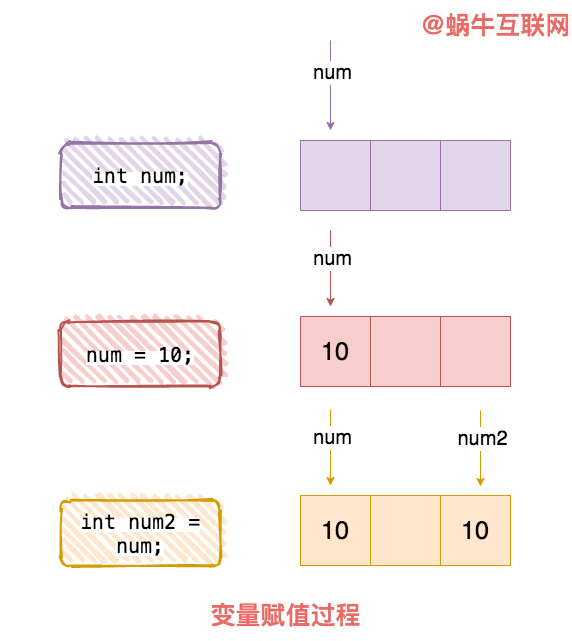
Earlier version of the draw.io export img/var.png (huayonglun/cdn_image001). Source tidied: cells renumbered, new cells last; positions are measured from the earlier drawing's top-left corner, leaving out a move shared by most shapes.
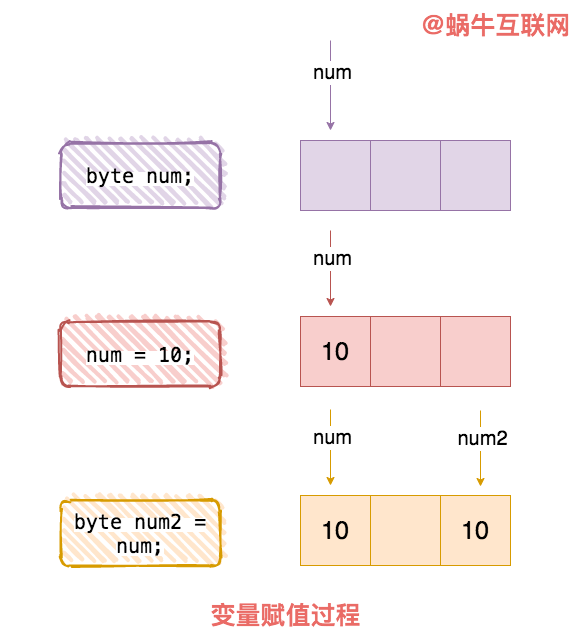
Above is the later version.

Diff of the diagram source:
```diff
@@ -56,7 +56,7 @@
     <mxCell id="17" value="&lt;font style=&quot;font-size: 20px&quot;&gt;num&lt;/font&gt;" style="edgeLabel;html=1;align=center;verticalAlign=middle;" parent="16" vertex="1">
       <mxGeometry x="-0.29" y="1" relative="1" as="geometry" />
     </mxCell>
-    <mxCell id="18" value="&lt;span style=&quot;font-family: &amp;#34;menlo&amp;#34; , &amp;#34;monaco&amp;#34; , &amp;#34;courier new&amp;#34; , monospace ; text-align: left ; background-color: rgb(255 , 255 , 255)&quot;&gt;&lt;font style=&quot;font-size: 20px&quot;&gt;int num2 = num;&lt;/font&gt;&lt;/span&gt;" style="rounded=1;whiteSpace=wrap;html=1;strokeWidth=2;fillWeight=4;hachureGap=8;hachureAngle=45;fillColor=#ffe6cc;sketch=1;strokeColor=#d79b00;" parent="1" vertex="1">
+    <mxCell id="18" value="&lt;span style=&quot;font-family: &amp;#34;menlo&amp;#34; , &amp;#34;monaco&amp;#34; , &amp;#34;courier new&amp;#34; , monospace ; text-align: left ; background-color: rgb(255 , 255 , 255)&quot;&gt;&lt;font style=&quot;font-size: 20px&quot;&gt;byte num2 = num;&lt;/font&gt;&lt;/span&gt;" style="rounded=1;whiteSpace=wrap;html=1;strokeWidth=2;fillWeight=4;hachureGap=8;hachureAngle=45;fillColor=#ffe6cc;sketch=1;strokeColor=#d79b00;" parent="1" vertex="1">
       <mxGeometry x="60" y="500" width="160" height="65" as="geometry" />
     </mxCell>
     <mxCell id="19" style="shape=table;html=1;whiteSpace=wrap;startSize=0;fillColor=#ffe6cc;strokeColor=#d79b00;" parent="1" vertex="1">
@@ -92,7 +92,7 @@
     <mxCell id="27" value="&lt;font style=&quot;font-size: 20px&quot;&gt;num2&lt;/font&gt;" style="edgeLabel;html=1;align=center;verticalAlign=middle;" parent="26" vertex="1">
       <mxGeometry x="-0.29" y="1" relative="1" as="geometry" />
     </mxCell>
-    <mxCell id="28" value="&lt;span style=&quot;font-family: &amp;#34;menlo&amp;#34; , &amp;#34;monaco&amp;#34; , &amp;#34;courier new&amp;#34; , monospace ; text-align: left ; background-color: rgb(255 , 255 , 255)&quot;&gt;&lt;font style=&quot;font-size: 20px&quot;&gt;int num;&lt;/font&gt;&lt;/span&gt;" style="rounded=1;whiteSpace=wrap;html=1;strokeWidth=2;fillWeight=4;hachureGap=8;hachureAngle=45;fillColor=#e1d5e7;sketch=1;strokeColor=#9673a6;" parent="1" vertex="1">
+    <mxCell id="28" value="&lt;span style=&quot;font-family: &amp;#34;menlo&amp;#34; , &amp;#34;monaco&amp;#34; , &amp;#34;courier new&amp;#34; , monospace ; text-align: left ; background-color: rgb(255 , 255 , 255)&quot;&gt;&lt;font style=&quot;font-size: 20px&quot;&gt;byte num;&lt;/font&gt;&lt;/span&gt;" style="rounded=1;whiteSpace=wrap;html=1;strokeWidth=2;fillWeight=4;hachureGap=8;hachureAngle=45;fillColor=#e1d5e7;sketch=1;strokeColor=#9673a6;" parent="1" vertex="1">
       <mxGeometry x="60" y="142.5" width="160" height="65" as="geometry" />
     </mxCell>
     <mxCell id="29" value="@蜗牛互联网" style="text;strokeColor=none;fillColor=none;html=1;fontSize=25;fontStyle=1;verticalAlign=middle;align=center;fontColor=#EA6B66;" parent="1" vertex="1">
```
